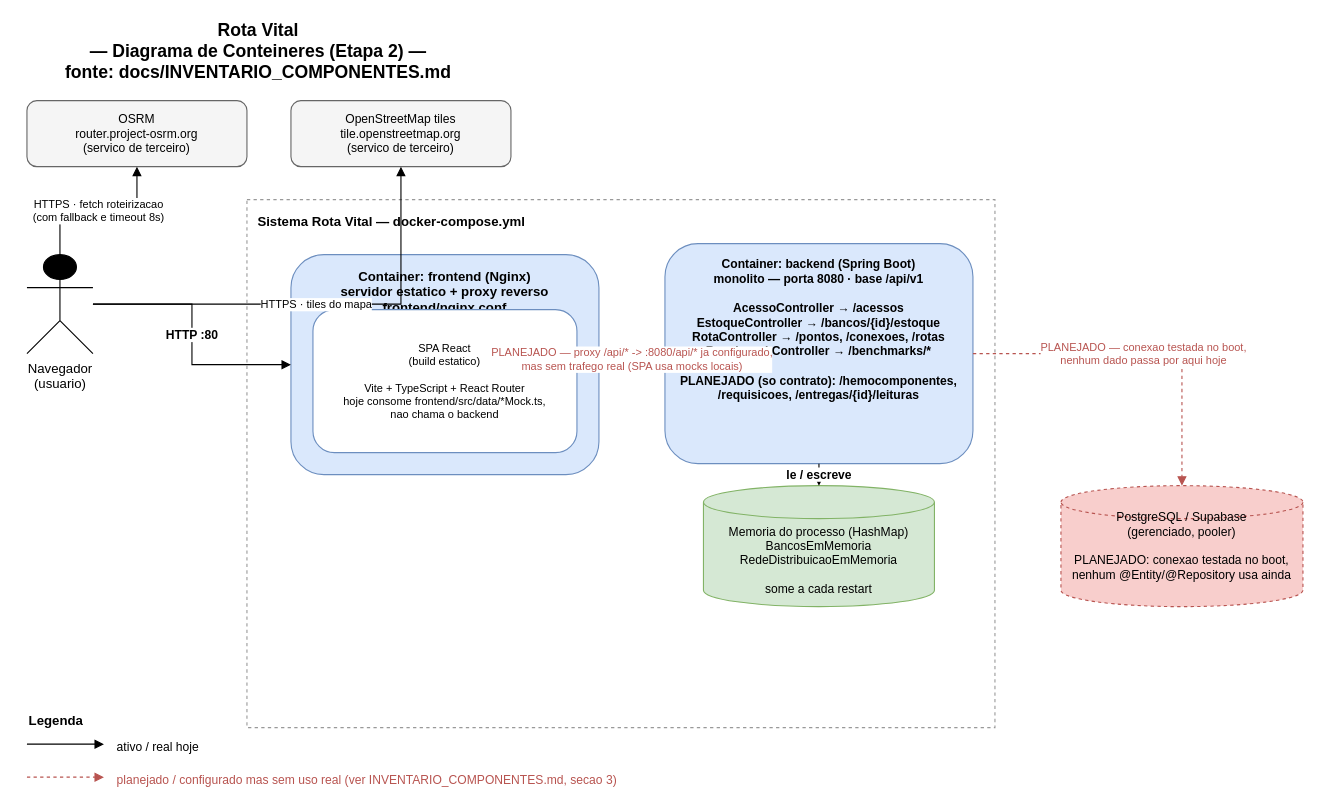
Above: docs/diagrama-arquitetura.drawio in viictorpaes/Rotavital (draw.io), before the change. Source tidied: cells renumbered, new cells numbered last; positions are measured from the earlier drawing's top-left corner, leaving out a move shared by most shapes. Both pictures are drawn from the tidied source at 110%, with x=0, y=0 at pixel (26, 23).
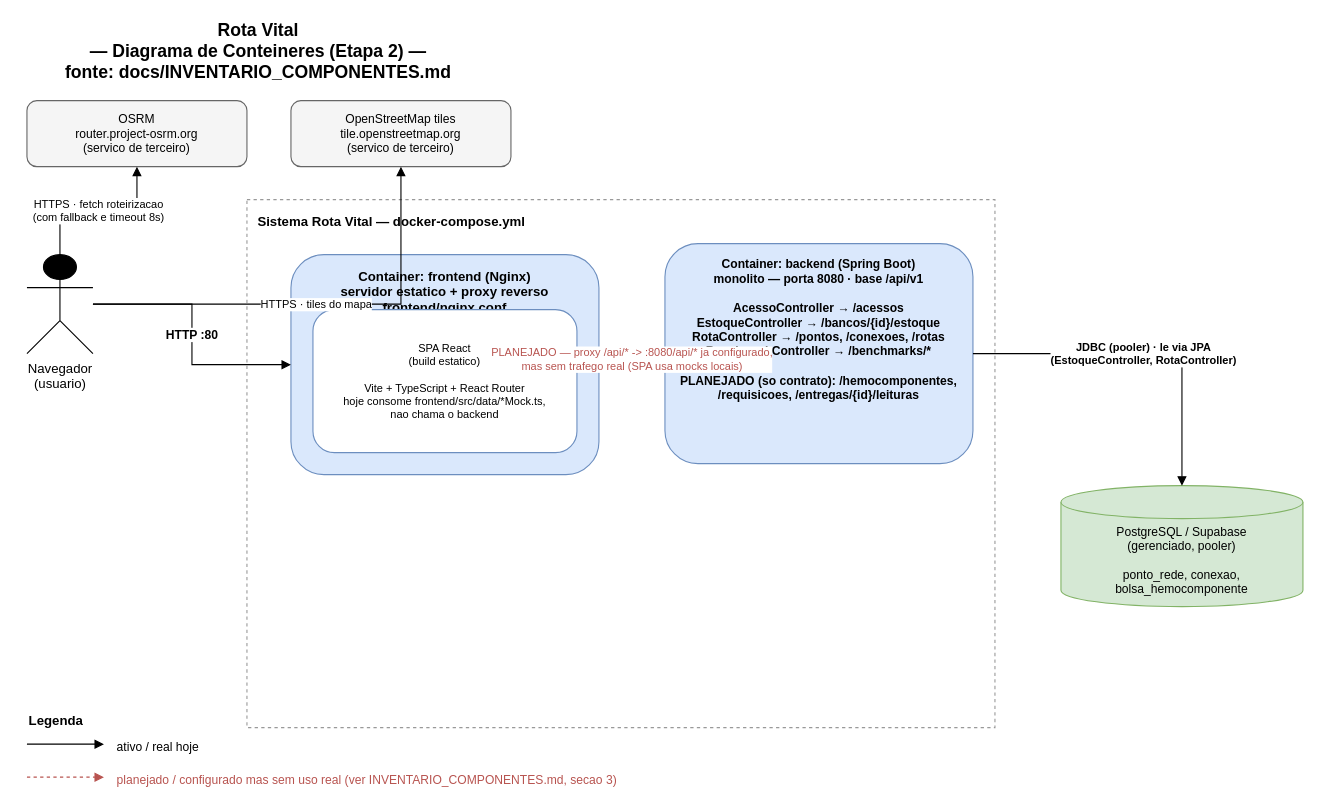
The same page after the edit.

Unchanged cells that the change refers to:
```xml
<mxCell id="9" value="Container: backend (Spring Boot)&#10;monolito — porta 8080 · base /api/v1&#10;&#10;AcessoController → /acessos&#10;EstoqueController → /bancos/{id}/estoque&#10;RotaController → /pontos, /conexoes, /rotas&#10;BenchmarkController → /benchmarks/*&#10;&#10;PLANEJADO (so contrato): /hemocomponentes,&#10;/requisicoes, /entregas/{id}/leituras" style="rounded=1;whiteSpace=wrap;html=1;fillColor=#dae8fc;strokeColor=#6c8ebf;verticalAlign=top;align=center;fontStyle=1;fontSize=11;spacingTop=6;" parent="1" vertex="1">
  <mxGeometry x="580" y="200" width="280" height="200" as="geometry" />
</mxCell>
```

Change to the diagram source:
```diff
@@
-    <mxCell id="10" value="Memoria do processo (HashMap)&#10;BancosEmMemoria&#10;RedeDistribuicaoEmMemoria&#10;&#10;some a cada restart" style="shape=cylinder3;whiteSpace=wrap;html=1;fillColor=#d5e8d4;strokeColor=#82b366;boundedLbl=1;fontSize=11;size=15;" parent="1" vertex="1">
-      <mxGeometry x="615" y="420" width="210" height="110" as="geometry" />
-    </mxCell>
-    <mxCell id="11" value="PostgreSQL / Supabase&#10;(gerenciado, pooler)&#10;&#10;PLANEJADO: conexao testada no boot,&#10;nenhum @Entity/@Repository usa ainda" style="shape=cylinder3;whiteSpace=wrap;html=1;fillColor=#f8cecc;strokeColor=#b85450;dashed=1;fontSize=11;size=15;" parent="1" vertex="1">
+    <mxCell id="11" value="PostgreSQL / Supabase&#10;(gerenciado, pooler)&#10;&#10;ponto_rede, conexao,&#10;bolsa_hemocomponente" style="shape=cylinder3;whiteSpace=wrap;html=1;fillColor=#d5e8d4;strokeColor=#82b366;boundedLbl=1;fontSize=11;size=15;" parent="1" vertex="1">
       <mxGeometry x="940" y="420" width="220" height="110" as="geometry" />
     </mxCell>
@@
-    <mxCell id="16" value="le / escreve" style="edgeStyle=orthogonalEdgeStyle;rounded=0;html=1;endArrow=block;fontSize=11;fontStyle=1;" parent="1" edge="1" source="9" target="10">
-      <mxGeometry relative="1" as="geometry" />
-    </mxCell>
-    <mxCell id="17" value="PLANEJADO — conexao testada no boot,&#10;nenhum dado passa por aqui hoje" style="edgeStyle=orthogonalEdgeStyle;rounded=0;html=1;endArrow=block;dashed=1;strokeColor=#b85450;fontColor=#b85450;fontSize=10;" parent="1" edge="1" source="9" target="11">
+    <mxCell id="17" value="JDBC (pooler) · le via JPA&#10;(EstoqueController, RotaController)" style="edgeStyle=orthogonalEdgeStyle;rounded=0;html=1;endArrow=block;fontSize=10;fontStyle=1;" parent="1" edge="1" source="9" target="11">
       <mxGeometry relative="1" as="geometry" />
     </mxCell>
```
